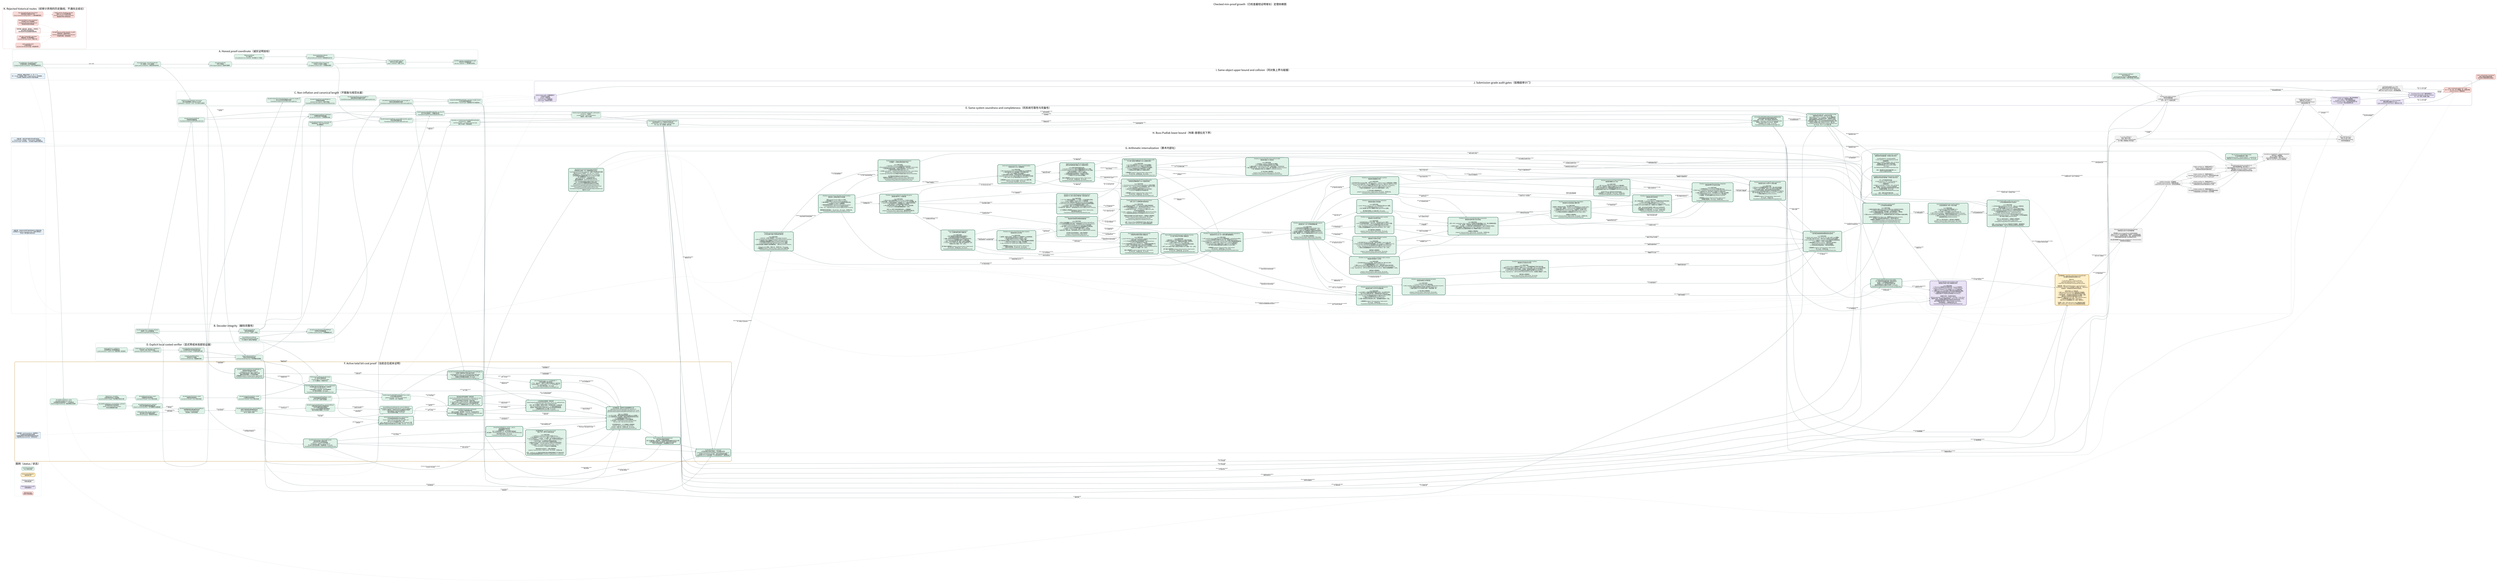
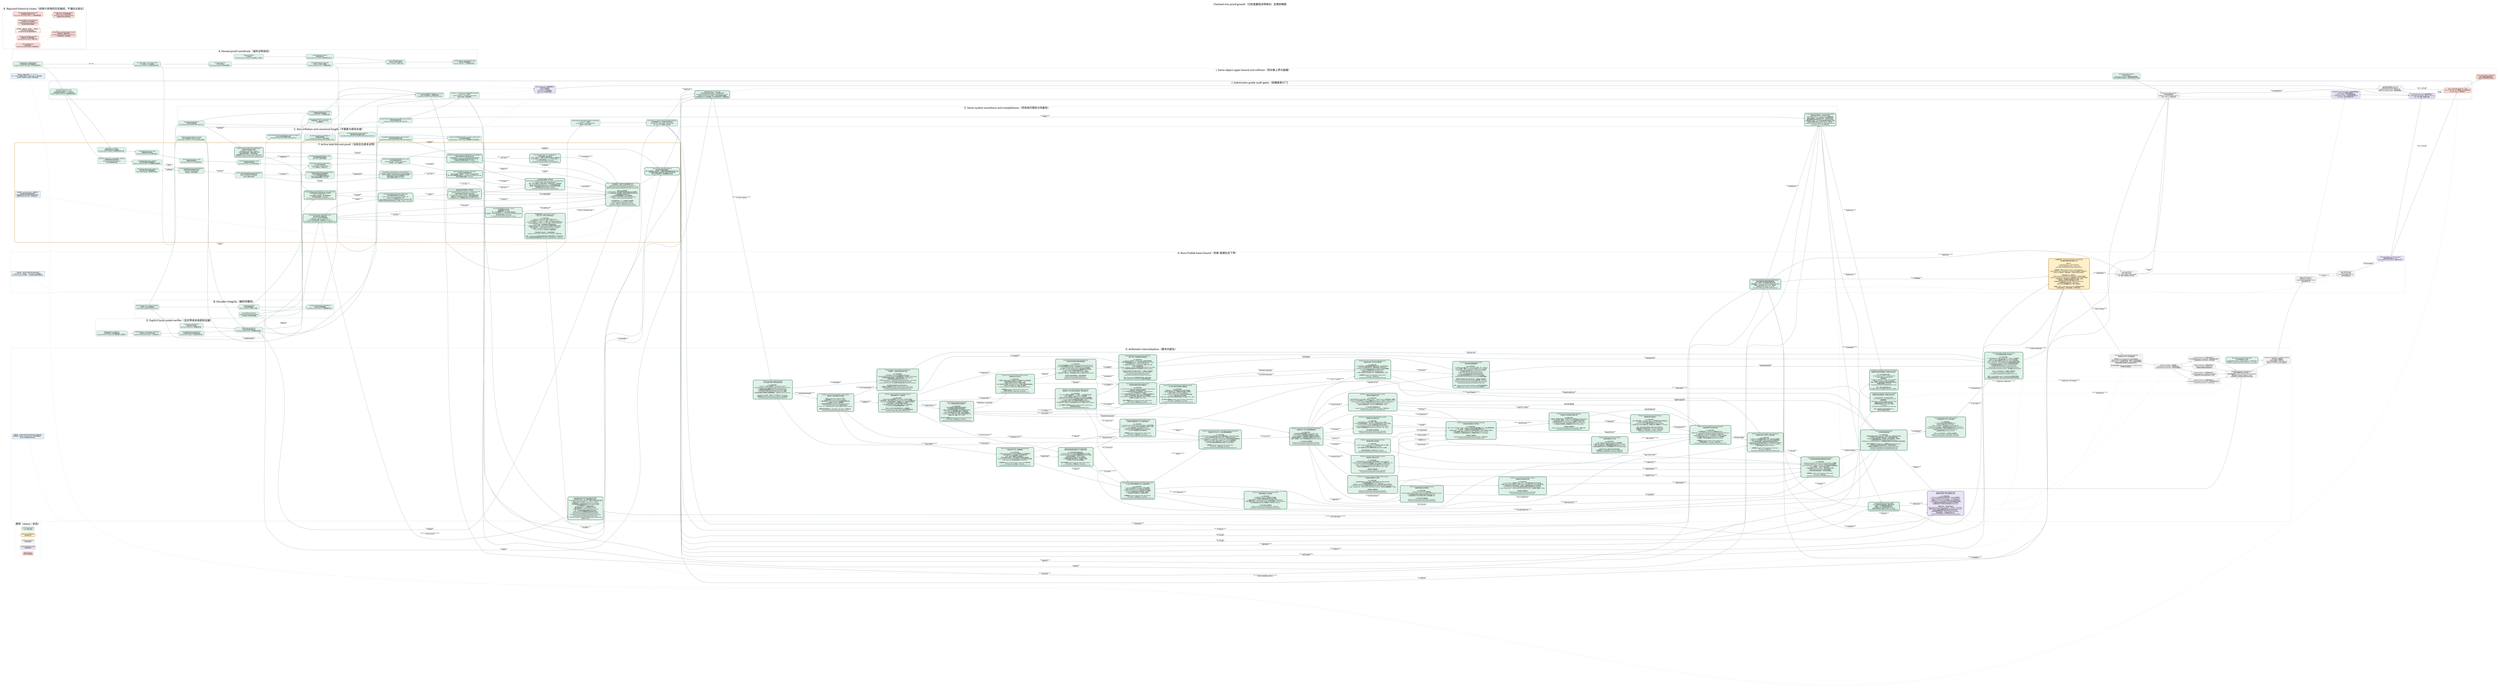
digraph CheckedMinProofDependencies {
  graph [
    rankdir=LR,
    bgcolor="white",
    compound=true,
    newrank=true,
    pad="0.35",
    nodesep="0.30",
    ranksep="0.62",
    fontname="Noto Sans CJK SC",
    fontsize=24,
    label="Checked min-proof growth（已检查最短证明增长）定理依赖图",
    labelloc="t",
    labeljust="c"
  ];
  node [
    shape=box,
    style="rounded,filled",
    fontname="Noto Sans CJK SC",
    fontsize=10.5,
    color="#526d75",
    fillcolor="#eef3f4",
    margin="0.14,0.09",
    penwidth=1.2
  ];
  edge [
    fontname="Noto Sans CJK SC",
    fontsize=8.5,
    color="#65777d",
    arrowsize=0.68,
    penwidth=1.05
  ];

  subgraph cluster_legend {
    label="图例（status / 状态）";
    color="#c8d1d4";
    style="rounded";
    done [label="Lean kernel checked\nLean 内核已检查", fillcolor="#dff2e8", color="#3f7c66"];
    active [label="Active proof obligation\n当前证明义务", fillcolor="#fff0c9", color="#b37a12", penwidth=2.2];
    pending [label="Pending root theorem\n待闭合根定理", fillcolor="#f3f3f3", color="#777777", style="rounded,filled,dashed"];
    audit [label="Axiom/dependency audit\n公理/依赖审计", fillcolor="#e9e3f5", color="#76639a"];
    rejected [label="Rejected route\n经审计弃用的路线", fillcolor="#f8d9d6", color="#a8443d", style="rounded,filled,dashed"];
  }

  subgraph cluster_coordinate {
    label="A. Honest proof coordinate（诚实证明坐标）";
    color="#8fb7aa";
    style="rounded";

    natcode [label="binaryNatCode / decodeBinaryNat\n自然数前缀码 / 自然数前缀解码\nescaped-bit prefix serialization（转义位前缀序列化）", fillcolor="#dff2e8"];
    syntaxcode [label="binaryTermCode + binaryFormulaCode\n项二进制码 + 公式二进制码\ntyped syntax serialization（类型化语法序列化）", fillcolor="#dff2e8"];
    sequentcode [label="binarySequentCode\n序列二进制码\nfinite sequent payload（有限序列载荷）", fillcolor="#dff2e8"];
    prooftree [label="CheckedPAProofTree.binaryCode\n已检查 PA 证明树二进制码\n10 sequent-calculus rules（十条相继式规则）", fillcolor="#dff2e8"];
    axiomcert [label="PAAxiomCertificate\nPA 公理证书\n23 constructors incl. induction（含归纳的 23 个构造）", fillcolor="#dff2e8"];
    structcert [label="StructuralValidityCertificate\n结构有效性证书\nall local witnesses counted（全部局部见证计长）", fillcolor="#dff2e8"];
    certifiedcode [label="binaryCertifiedPAProofCode\n带证书 PA 证明二进制码\nproof + certificate（证明 + 证书）", fillcolor="#dff2e8"];
    packedcode [label="packBinaryString / packedPayloadLength\n位串打包 / 有效载荷长度\nNat.size = payload + 1（自然数位长等式）", fillcolor="#dff2e8"];

    natcode -> syntaxcode [label="labels / 标签"];
    syntaxcode -> sequentcode;
    sequentcode -> prooftree;
    axiomcert -> structcert;
    prooftree -> certifiedcode;
    structcert -> certifiedcode;
    certifiedcode -> packedcode;
  }

  subgraph cluster_decoder {
    label="B. Decoder integrity（解码完整性）";
    color="#8fb7aa";
    style="rounded";

    typeddecoder [label="decodeCompactTerm / Formula / Sequent\n紧凑项 / 公式 / 序列解码器\nFoundationCompactPAProofVerifier.lean", fillcolor="#dff2e8"];
    proofdecoder [label="decodeCompactProof\n紧凑证明树解码器\nall 10 constructors（全部十个构造）", fillcolor="#dff2e8"];
    certdecoder [label="decodePAAxiomCertificate\ndecodeStructuralValidityCertificate\nPA 公理证书 / 结构证书解码器", fillcolor="#dff2e8"];
    packeddecoder [label="decodeCompactPackedCertifiedPAProof\n打包带证书证明解码器\nno hidden auxiliary witness（无隐藏辅助见证）", fillcolor="#dff2e8"];

    typeddecoder -> proofdecoder;
    certdecoder -> packeddecoder;
    proofdecoder -> packeddecoder;
  }

  subgraph cluster_size {
    label="C. Non-inflation and canonical length（不膨胀与规范长度）";
    color="#8fb7aa";
    style="rounded";

    structural [label="decodeCompactProof_parseWeight_le\n证明解码结构量界\nstructural non-inflation（结构不膨胀）\nFoundationCompactProofDecoderStructuralBound.lean", fillcolor="#dff2e8"];
    syntaxcanonical [label="decodeCompactTerm/Formula/Sequent_canonical_length_le\n项/公式/序列规范重编码长度界\nFoundationCompactCanonicalDecodeLength.lean", fillcolor="#dff2e8"];
    proofcanonical [label="decodeCompactProof_binaryLength_le\n完整证明树规范重编码长度界\nFoundationCompactProofCanonicalDecodeLengthComplete.lean", fillcolor="#dff2e8"];
    certcanonical [label="decodeStructuralValidityCertificate_binaryLength_le\n结构证书规范重编码长度界\nFoundationCompactCertificateCanonicalDecodeLength.lean", fillcolor="#dff2e8"];
    totalcanonical [label="compactCertifiedPAProofVerifier_canonical_length_bound\n公开验证器规范载荷总界\naccepted output <= honest input（接受输出不长于诚实输入）", fillcolor="#dff2e8"];
    transformsize [label="shift/free/neg/substitution size bounds\n移位/自由变量嵌入/否定/代入大小界\nsubstitution <= formula × term（代入至多公式乘项）", fillcolor="#dff2e8"];

    typeddecoder -> syntaxcanonical;
    proofdecoder -> structural;
    syntaxcanonical -> proofcanonical;
    certdecoder -> certcanonical;
    proofcanonical -> totalcanonical;
    certcanonical -> totalcanonical;
    syntaxcode -> transformsize;
  }

  subgraph cluster_explicit_local {
    label="D. Explicit local costed verifier（显式带成本局部验证器）";
    color="#8fb7aa";
    style="rounded";

    biteq [label="bitStringEqTrace / natEqTrace\n位串相等轨迹 / 自然数相等轨迹\nresult correctness + explicit cost（结果正确 + 显式成本）", fillcolor="#dff2e8"];
    bitset [label="bitStringMemTrace / SubsetTrace / SetEqTrace\n位串成员 / 包含 / 集合等价轨迹\nquadratic-style explicit bounds（二次型显式界）", fillcolor="#dff2e8"];
    formulalist [label="formulaEq/Mem/Subset/SetEqTrace\n公式相等/成员/包含/集合等价轨迹\ncode emission charged（公式码生成已计费）", fillcolor="#dff2e8"];
    listedtree [label="ListedCheckedPAProofTree\n列表序列 PA 证明树\npreserves decoded lists（保留解码列表）", fillcolor="#dff2e8"];
    listedcert [label="listedCertificateValidTrace\n列表证书有效性成本轨迹\nno Finset decide black box（无有限集判定黑箱）", fillcolor="#dff2e8"];

    biteq -> bitset;
    bitset -> formulalist;
    listedtree -> listedcert;
    formulalist -> listedcert;
    transformsize -> listedcert [label="local transforms\n局部变换"];
  }

  subgraph cluster_same_system {
    label="E. Same-system soundness and completeness（同系统可靠性与完备性）";
    color="#8fb7aa";
    style="rounded";

    listdecoder [label="decodeCompactListedProof\n列表保持证明解码器\nFoundationCompactListedProofDecoder.lean", fillcolor="#dff2e8"];
    projection [label="decodeCompactListedProof_toChecked\n列表解码投影到原检查器\n10-rule fuel induction（十规则燃料归纳）", fillcolor="#dff2e8"];
    localiff [label="listedCertificateValidTrace_toChecked_iff\n新局部轨迹 <-> 原 certificateValid\n语义精确等价", fillcolor="#dff2e8"];
    publiciff [label="listedCompactCertifiedPAProofVerifier_eq_true_iff\n新公开验证器接受 <-> 精确检查关系\nFoundationCompactListedCertifiedVerifier.lean", fillcolor="#dff2e8"];
    soundness [label="listedCompactCertifiedPAProofVerifier_toDerivation\nsoundness（可靠性）\naccepted code -> real PA Derivation2\n接受码 -> 真实 PA 推导", fillcolor="#dff2e8"];
    listencoder [label="decodeCompactListedProof_canonicalBinaryCode_append\n列表证明规范编码往返\nFoundationCompactListedProofEncoder.lean", fillcolor="#dff2e8"];
    completeness [label="derivation_to_listedCompactCertifiedPAProofVerifier\ncompleteness（完备性）\nreal PA derivation -> accepted canonical code\n真实 PA 推导 -> 规范接受码", fillcolor="#dff2e8"];
    predicate [label="Concrete P(x,y) / ListedCompactCertifiedPAProofChecks\n具体证明谓词 P(x,y) / 列表带证书检查关系\nsame formula + same checker + honest length\n同一公式 + 同一检查器 + 诚实长度", fillcolor="#dff2e8", penwidth=2.0];
    minmeasure [
      label="minListedCertifiedPAProofPayloadLength(formula)\n具体检查器诱导的最短完整载荷长度\n真实 PA 推导 -> 最小值由某个接受码实现\n任意接受码 -> minimum <= packedPayloadLength(code)\n接受码 -> 同公式真实 Derivation2（推导树）\n无项目级 proof_length；无 sorryAx\nFoundationCompactListedMinProofLength.lean",
      fillcolor="#dff2e8", color="#2f6f57", penwidth=2.8
    ];
    canonicalnormalize [
      label="P_canon(code, formulaCode) + canonical Bool verifier\n纯数值规范证明关系 + 规范布尔验证器\nBool verifier = true <-> P_canon，由 Lean 精确证明\n任意公开接受码 -> 同公式码规范码，完整载荷不增长\n最短完整载荷必由真实规范 proof + certificate 码实现\n全体码有限一致性 <-> 同 cutoff 的纯数值规范码有限一致性\n非规范/冗余编码不能人为压低 minimum（最小值）\nFoundationCompactListedCanonicalNormalization.lean\n无 sorryAx；仅三个 Lean 标准公理",
      fillcolor="#dff2e8", color="#2f6f57", penwidth=2.8
    ];

    typeddecoder -> listdecoder;
    listdecoder -> projection;
    proofdecoder -> projection;
    listedcert -> localiff;
    projection -> publiciff;
    localiff -> publiciff;
    packeddecoder -> publiciff;
    publiciff -> soundness;
    prooftree -> listencoder;
    listdecoder -> listencoder;
    listencoder -> completeness;
    listedcert -> completeness;
    soundness -> predicate;
    completeness -> predicate;
    predicate -> minmeasure [label="minimum over accepted codes\n对接受码取最小值"];
    completeness -> minmeasure [label="nonempty accepted set\n接受集合非空"];
    publiciff -> canonicalnormalize [label="decode every accepted code\n解码任意接受码"];
    listencoder -> canonicalnormalize [label="canonical re-encoding\n规范重编码"];
    totalcanonical -> canonicalnormalize [label="no payload growth\n载荷不增长"];
    minmeasure -> canonicalnormalize [label="minimum realized canonically\n最小值由规范码实现"];
  }

  subgraph cluster_cost_active {
    label="F. Active total bit-cost proof（当前总位成本证明）";
    color="#c18a27";
    style="rounded,bold";

    nattrace [label="decodeBinaryNatTrace_result\ndecodeBinaryNatTrace_cost_le\n自然数解码轨迹结果等价 + 二次位成本界\nNat.bit charged by Nat.size（按自然数位长收费）", fillcolor="#dff2e8", color="#3f7c66"];
    tracebind [label="OptionTrace + traceBind\n可选结果成本轨迹 + 轨迹绑定\nevery bind/failure charged（每次绑定/失败均计费）", fillcolor="#dff2e8", color="#3f7c66"];
    vectortrace [label="decodeManyVectorTrace_result\n向量解码轨迹结果等价\nLean kernel checked（Lean 内核已检查）", fillcolor="#dff2e8", color="#3f7c66"];
    termtrace [label="decodeCompactTermTrace_result\n项解码轨迹结果等价\nLean kernel checked（Lean 内核已检查）", fillcolor="#dff2e8", color="#3f7c66"];
    formulatrace [label="decodeCompactFormulaTrace_result\n公式解码轨迹结果等价\nLean kernel checked（Lean 内核已检查）", fillcolor="#dff2e8", color="#3f7c66"];
    prooftrace [label="decodeCompactListedProofTrace_result\n列表证明解码轨迹结果等价\nall 10 rules（全部十条规则）", fillcolor="#dff2e8", color="#3f7c66"];
    certtrace [label="PA/structural certificate decoder traces\nPA / 结构证书解码轨迹\n23 axiom tags + 4 recursive nodes\n23 个公理标签 + 4 种递归节点", fillcolor="#dff2e8", color="#3f7c66"];
    publictrace [label="listedCompactCertifiedPAProofVerifierTrace_result\n公开验证器轨迹结果等价\npacked envelope + formula + local checks\n打包外壳 + 公式 + 局部检查", fillcolor="#dff2e8", color="#3f7c66"];
    natpotential [label="decodeBinaryNatTrace_success/failure_potential\n自然数解码成功/失败势能界\nquartic consumed-prefix invariant\n四次已消费前缀不变量", fillcolor="#dff2e8", color="#3f7c66"];
    vectorpotential [label="decodeManyVectorTrace_potential\n任意长度向量解码摊还势能定理\ndisjoint consumed prefixes（互不重叠的已消费前缀）", fillcolor="#dff2e8", color="#3f7c66"];
    symbolcharge [label="arithmeticFunc/Rel_decode_charge_le\n算术函数/关系符号解码收费界\nfinite ORing language（有限有序环语言）", fillcolor="#dff2e8", color="#3f7c66"];
    termpotential [label="decodeCompactTermTrace_parserCostBound\n紧凑项解码器全路径摊还成本界\nsuccess + every failure path\n成功路径 + 全部失败路径", fillcolor="#dff2e8", color="#3f7c66"];
    formulapotential [label="decodeCompactFormulaTrace_parserCostBound\n紧凑公式解码器全路径摊还成本界\natoms / connectives / quantifiers\n原子式 / 联结词 / 量词", fillcolor="#dff2e8", color="#3f7c66"];
    proofpotential [
      label="decodeCompactListedProofTrace_parserCostBound\n列表证明树全路径四次势能成本界\n十条 PA 相继式规则全部通过\nand/cut 二叉子证明势能已望远镜相消\n成功/失败路径全覆盖；无 sorryAx",
      fillcolor="#dff2e8", color="#3f7c66"
    ];
    certpotential [
      label="decodePAAxiomCertificateTrace_parserCostBound\ndecodeStructuralValidityCertificateTrace_parserCostBound\n23 种 PA 公理标签 + 4 种递归证书节点全路径四次势能界\n归纳公理体和二元证书树已摊还闭合\n成功/失败路径全覆盖；无 sorryAx",
      fillcolor="#dff2e8", color="#3f7c66", penwidth=2.2
    ];
    packedcost [
      label="packed proof/formula decoder cost bounds\n打包证明/公式解码器成本界\n证明+证书串联、末位哨兵、dropLast、空后缀全部闭合\n两个公开打包解码器均不超过 2 × decoderPotential(Nat.size code)\n成功/失败路径全覆盖；无 sorryAx",
      fillcolor="#dff2e8", color="#2f6f57", penwidth=2.8
    ];
    transformcode [
      label="transformation binary-code length bounds\n语法变换完整二进制码长界\nshift/free/neg 均至多线性膨胀\nsubstitution：|phi[t]| <= 3(F+1)(W+1)F\n含 qpow 量词深度预算；无隐藏参数；无 sorryAx\nFoundationCompactSyntaxTransformationCodeBounds.lean",
      fillcolor="#dff2e8", color="#2f6f57", penwidth=2.8
    ];
    negtrace [
      label="binaryFormulaNegTrace_result / _cost_le\n否定变换真实递归轨迹\n结果精确等于 ∼formula\n每个公式构造收费一步；原子项向量不重复遍历\n执行成本 <= formulaSymbolCount <= |binaryFormulaCode(formula)|\n单文件探针已通过；无 sorryAx\nFoundationCompactSyntaxNegationTrace.lean",
      fillcolor="#dff2e8", color="#2f6f57", penwidth=2.8
    ];
    axmjoint [
      label="axm comparator input <= 2 * jointWeight + 1\n公理比较器输入联合坐标界\n上下文、候选句子、完整 PA 公理证书均落在同一诚实位权\ncertificateBits + sentenceBits + 1 <= 2 * jointWeight + 1\n四个坐标引理已通过；无 sorryAx\nFoundationCompactListedAxiomJointWeight.lean",
      fillcolor="#dff2e8", color="#2f6f57", penwidth=2.8
    ];
    honestproof [
      label="decodeCompactListedProof_honestWeight_le\n列表保持证明树诚实位权界\nweight(tree) + 8|suffix| <= 8|input|\n十条 PA 规则全部闭合；重复公式逐个计费\n覆盖任意成功解码，不只是规范编码\n公理画像仅 propext / Classical.choice / Quot.sound\nFoundationCompactListedProofHonestWeight.lean",
      fillcolor="#dff2e8", color="#2f6f57", penwidth=2.8
    ];
    honestcert [
      label="decodeCompactPackedListedCertifiedPAProof_honestWeight_le\n证明树+完整结构证书联合诚实位权界\njointWeight(tree,cert) <= 8 * packedPayloadLength(code)\nPA 公理证书 23 标签及递归证书全部由实际输入位计费\n无辅助见证和隐藏长度参数；无 sorryAx\nFoundationCompactListedCertifiedHonestWeight.lean",
      fillcolor="#dff2e8", color="#2f6f57", penwidth=2.8
    ];
    localprimitives [
      label="formulaEq/Mem/Subset/SetEqTrace_cost_le_polynomial\n公式相等/成员/包含/集合等价统一位成本界\nP(w) = 4 + 2(w+3)^2 + w\nw 是全部输入公式码位权，包含列表重复项\n四个端点全部通过；无 sorryAx\nFoundationCompactListedLocalCostPrimitives.lean",
      fillcolor="#dff2e8", color="#2f6f57", penwidth=2.8
    ];
    localbranches9 [
      label="10/10 listedCertificateValidTrace cost branches\n十条证明规则局部成本分支全部闭合\nclosed / verum / and / or / all / exs / wk / shift / cut：\n由 P(G(w)) 及生成语法界统一计费\naxm：由 A(w)=K*(2w+1)^12 的真实 guarded comparator 计费\n最终每节点固定多项式包络已由 Lean 检查；无 haxm、无 sorryAx",
      fillcolor="#dff2e8", color="#2f6f57", penwidth=2.8
    ];
    localinduction [
      label="联合坐标内部归纳骨架 + 具体实例\nlistedCertificateValidTrace_jointCost_le_polynomial_of_axm\nguardedListedCertificateValidTrace_jointCost_le\n十规则证明树/证书同步统一归纳已通过\nb = proofWeight + certificateWeight（证明+证书联合位权）\n抽象 haxm 已由真实 guarded axm 成本定理具体消除\n公开实例无 haxm；公理画像仅标准 Lean 公理；无 sorryAx",
      fillcolor="#dff2e8", color="#2f6f57", penwidth=2.8
    ];
    publicskeleton [
      label="公开总成本内部骨架 + 具体实例\nlistedCompactCertifiedPAProofVerifierTrace_cost_le_of_certificateTrace\ns = Nat.size(code) + Nat.size(formulaCode)\n合并：两个打包解码、局部证书检查、结论集合比较、公式码比较\nQ(s)=4*decoderPotential(s)+L(s)+1，L(s) 是显式固定多项式\n原先唯一内部证书成本义务现已由 guarded 联合成本定理消除\n公理画像仅标准 Lean 公理；无 sorryAx\nFoundationCompactListedPublicCostSkeleton.lean",
      fillcolor="#dff2e8", color="#2f6f57", penwidth=2.8
    ];
    publiccost [
      label="【主终端完成：具体带守卫检查器最终汇合】\nguardedListedCertificateValidTrace_jointCost_le\nguardedListedCompactCertifiedPAProofVerifierTrace_result\nguardedListedCompactCertifiedPAProofVerifierTrace_cost_le\n\n已由 Lean 内核检查：\n1. axm 的 23 标签、接受/拒绝路径和候选长度 guard 全部统一；\n2. axm 局部成本进入与证明树、结构证书相同的诚实联合位权；\n3. 十规则整树成本不再带 haxm；\n4. 公开轨迹结果精确等于公开验证器结果；\n5. 总位成本 <= listedPublicVerifierCostPolynomial(\n   Nat.size code + Nat.size formulaCode)。\n\n定向构建退出码 0；五个关键端点公理画像仅\npropext / Classical.choice / Quot.sound。\n无 haxm、无输入包、无项目公设、无 sorryAx。\nFoundationCompactListedGuardedAxiomCost.lean",
      fillcolor="#dff2e8", color="#2f6f57", penwidth=2.8
    ];
    amortized [label="Success/failure total potential bound\n成功/失败全路径总势能界\n两个打包解码器、语法变换、十规则局部检查和最终比较均已计费\n公开轨迹的所有输入对均满足同一固定多项式位成本界\n不是只分析接受路径；无隐藏辅助见证长度", fillcolor="#dff2e8", color="#2f6f57", style="rounded,filled", penwidth=2.8];
    costnote [shape=note, label="关键注释：result equivalence（结果等价）\n只证明轨迹没有改掉验证结果；\n必须再证明成功/失败全路径的固定多项式界，\n才能声称 polynomial time（多项式时间）。", fillcolor="#e8f1f8", color="#4e7892"];
    transformtrace [label="【共享终端完成：guarded axiom trace】\n移位 / 代入 / 带守卫公理比较轨迹\n\nLean 内核已检查：\n1. shift/free/substitution/list/fixitr 的真实 QTrace；\n2. fixitr 输出码长 <= 4*(L+1)^2；成本 <= 128*(m+L+1)^2*L；\n3. succInd 四次代入、三次否定、三个析取、两个全称量词全部真实执行；\n4. succInd 输出码长 <= 10^7*(L+1)^4；成本 <= 10^11*(L+1)^12；\n5. guard 完备：合法相等候选不会被提前拒绝；\n6. 接受分支 fixitr/allClosure/formulaEq 与拒绝分支总成本均闭合；\n7. 全部 23 标签统一：true iff certificate.sentence = candidate；\n8. 总成本 <= K*(certificateBits+sentenceBits+1)^12，\n   K=10^30+(3B+4)，B 为显式 26 句固定预算。\n\n两条验收命令退出码 0；关键公理画像仅\npropext / Classical.choice / Quot.sound；无 sorryAx、无项目公设。\n\n边界：certificate-only 直接生成完整归纳句在稀疏变量编号下不可能多项式；\n本节点完成的是保持接受关系的 candidate-length guarded comparator。", fillcolor="#dff2e8", color="#2f6f57", style="rounded,filled", penwidth=2.8];
    polytime [label="VerifierBitCost(x,y) <= p(|x|+|y|)\n公开验证器总位成本不超过一个显式固定多项式\nguardedListedCompactCertifiedPAProofVerifierTrace_cost_le\n对全部 code/formulaCode 成立，成功与失败路径均覆盖\n这里是项目 QTrace 位成本模型；PA 内短证明仍由下一簇单独完成", fillcolor="#dff2e8", color="#2f6f57", style="rounded,filled", penwidth=2.8];

    natcode -> nattrace;
    nattrace -> tracebind;
    tracebind -> vectortrace;
    vectortrace -> termtrace;
    termtrace -> formulatrace;
    formulatrace -> prooftrace;
    certdecoder -> certtrace;
    formulatrace -> certtrace;
    prooftrace -> publictrace;
    certtrace -> publictrace;
    publictrace -> amortized [label="exact behavior first\n先固定精确行为"];
    nattrace -> natpotential;
    natpotential -> vectorpotential;
    vectorpotential -> termpotential [label="argument vectors\n参数向量"];
    symbolcharge -> termpotential [label="finite symbol decoding\n有限符号解码"];
    termpotential -> formulapotential [label="terms inside atoms\n原子式中的项"];
    formulapotential -> proofpotential [label="formulas inside sequents\n序列中的公式"];
    proofpotential -> certpotential [label="proof/certificate alignment\n证明树/证书树对齐"];
    formulapotential -> certpotential [label="induction body\n归纳公理体"];
    certpotential -> packedcost [label="proof + certificate stream\n证明 + 证书串"];
    publictrace -> packedcost [label="same executable result\n同一可执行结果"];
    packedcost -> publiccost [label="decoded objects\n已解码对象"];
    transformsize -> transformcode [label="from symbol count to full bits\n从符号数提升到完整位长"];
    transformcode -> negtrace [label="input bit-length control\n输入位长控制"];
    negtrace -> publiccost [label="closed/cut negation charge\n闭合/切规则否定计费"];
    transformcode -> publiccost [label="generated-code bounds\n生成公式码长界"];
    listdecoder -> honestproof [label="all successful parses\n全部成功解码"];
    honestproof -> honestcert [label="proof-tree charge\n证明树计费"];
    certcanonical -> honestcert [label="full certificate bits\n完整证书位"];
    honestcert -> publiccost [label="joint decoded-data bound\n联合解码数据界"];
    honestcert -> axmjoint [label="proof + certificate coordinate\n证明 + 证书坐标"];
    axmjoint -> publiccost [label="guarded comparator input bound\n带守卫比较器输入界"];
    listedcert -> localprimitives [label="exact trace costs\n精确轨迹成本"];
    honestproof -> localprimitives [label="duplicate-preserving weights\n保留重复项位权"];
    localprimitives -> publiccost [label="uniform quadratic bound\n统一二次界"];
    localprimitives -> localbranches9 [label="per-rule instantiation\n逐规则实例化"];
    transformcode -> localbranches9 [label="generated syntax bounds\n生成语法界"];
    localbranches9 -> publiccost [label="nine checked branches\n九条已检查分支"];
    localbranches9 -> localinduction [label="structural aggregation\n结构汇总"];
    localinduction -> publiccost [label="haxm concretely discharged\nhaxm 已由具体定理消除"];
    localinduction -> publicskeleton [label="local certificate polynomial\n局部证书多项式"];
    packedcost -> publicskeleton [label="two packed decoder bounds\n两个打包解码界"];
    honestcert -> publicskeleton [label="decoded joint weight\n解码联合位权"];
    publicskeleton -> publiccost [label="concrete discharge checked\n具体消义务已检查"];
    listedcert -> publiccost [label="explicit local checks\n显式局部检查"];
    publiccost -> amortized;
    totalcanonical -> amortized [label="consumed-length control\n消费长度控制"];
    costnote -> amortized [style=dotted, arrowhead=none, constraint=false];
    transformcode -> transformtrace;
    transformtrace -> publiccost [label="guarded axm + shift/free/substitution costs\n带守卫公理 + 移位/自由化/代入成本"];
    amortized -> polytime;
    transformtrace -> polytime;
    totalcanonical -> polytime [label="input/output length control\n输入输出长度控制"];
    listedcert -> polytime [label="local cost bounds\n局部成本界"];
    predicate -> polytime [label="exact executable relation\n精确可执行关系"];
  }

  subgraph cluster_internalization {
    label="G. Arithmetic internalization（算术内部化）";
    color="#9a9a9a";
    style="rounded,dashed";

    listedconmeta [label="ListedCertifiedFiniteConsistencyAt(k)\n同一列表保持验证器的有限一致性元层语义\n无长度 <= k 的完整载荷码被接受为 ⊥\n普通及 2^(A*n) 放大版本无条件为真\n接受反向恢复同公式真实 PA 推导；无 sorryAx\nFoundationCompactListedFiniteConsistencyTarget.lean", fillcolor="#dff2e8", color="#2f6f57", penwidth=2.8];
    arithinput [label="Primitive-recursive packed input layer\n公开验证器打包输入的原始递归算术层\n\nLean 内核已检查：\n1. Nat.bits（小端二进制展开）为 primitive recursive；\n2. getLast?/dropLast 与 sentinel payload peel 均为 primitive recursive；\n3. 剥离成功 iff 输入精确等于 packBinaryString(payload)；\n4. 新剥离器结果精确等于现有 packedPayloadTrace 结果；\n5. decodeBinaryNat 已由 right-fold state machine 重建；\n6. 新状态机逐输入精确等于原前缀解码器，二者均为 primitive recursive。\n\n无 typed syntax 假设、无输入包、无项目公设、无 sorryAx；\n公理画像仅 propext / Classical.choice / Quot.sound 或其子集。\nFoundationCompactListedVerifierArithmeticInput.lean", fillcolor="#dff2e8", color="#2f6f57", penwidth=2.8];
    tokenstream [label="Primitive-recursive binary-Nat token stream machine\n原始递归二进制自然数记号流机器\n\n具体 bounded iterator 已由 Lean 检查：\n1. 状态明确区分 running / failed / accepted；\n2. 每步调用同一个 decodeBinaryNat 并保留真实剩余位串；\n3. 总步数由 inputBits+1 明确限制；\n4. 最终结果逐位串等于 repeated-prefix reference parser；\n5. binaryNatCode token stream 的规范往返成立；\n6. step、run、output 和 reference parser 全部 primitive recursive。\n\n覆盖畸形和非规范输入；无 rawCode、无 sorryAx、无项目公设。\nFoundationCompactBinaryNatStreamMachine.lean", fillcolor="#dff2e8", color="#2f6f57", penwidth=2.8];
    bitsync [label="Exact noncanonical bit/token stream synchronization\n非规范位流与 token 流精确同步\n\nLean 内核已检查：\n1. 定义 repeated decodeBinaryNat 的精确 token/位后缀关系；\n2. 关系可按任意 token 前后缀唯一切分并重新合成；\n3. 同一 token 前缀留下的位后缀唯一；\n4. 规范位编码只是特例，不把非规范高位零误判为规范码；\n5. bounded stream decoder 成功 iff 全部 token 恰好消费至空位后缀；\n6. 每个 token-list split 都对应真实 bit boundary。\n\n公理画像仅 propext / Classical.choice / Quot.sound 或其子集；\n无 canonical-input 假设、无 sorryAx。\nFoundationCompactBinaryNatStreamSynchronization.lean", fillcolor="#dff2e8", color="#2f6f57", penwidth=2.8];
    syntaxparser [label="Primitive-recursive arithmetic term/formula parser\n原始递归算术项 / 公式解析器\n\nLean 内核已检查：\n1. 纯 Nat token 状态机覆盖 bvar/fvar/func 与全部公式构造；\n2. 有序环函数、关系符号码与 typed decoder 的 decode₂ 条件精确一致；\n3. repeat frame 逐项处理参数，不按稀疏 arity 一次展开巨型任务表；\n4. 每个真实项 / 公式都有精确执行步数定理；\n5. 执行步数不超过真实 token 长度，固定二次 fuel 必然足够；\n6. 公开 parser 对规范编码精确返回同一 suffix。\n\n定向 Lean 探针与目标构建退出码 0；公理画像仅\npropext / Classical.choice / Quot.sound；静态禁用项扫描为空。\nFoundationCompactSyntaxTokenMachine.lean", fillcolor="#dff2e8", color="#2f6f57", penwidth=2.8];
    syntaxinversion [label="Exact arbitrary-input syntax inversion\n项 / 公式解析器任意输入精确反演\n\nLean 内核已检查：\n1. 每个纯数值任务栈都有类型化前缀语义；\n2. 每次数值状态转换反向保持该语义；\n3. 函数 / 关系符号有效码恢复同 arity 的真实有序环符号；\n4. repeat frame 恢复精确长度的 Fin 参数向量；\n5. 成功、失败及畸形输入统一由同一后向不变量覆盖；\n6. numeric parser 返回 suffix iff 输入等于某真实项 / 公式\n   的规范 token 前缀 ++ 同一 suffix。\n\n两个端点公理画像仅 propext / Classical.choice / Quot.sound；\n无 rawCode、无项目公设、无 sorryAx。\nFoundationCompactSyntaxTokenMachineInversion.lean", fillcolor="#dff2e8", color="#2f6f57", penwidth=2.8];
    syntaxbitsync [label="Typed syntax decoder iff exact token prefix\n类型化语法解码器与精确 token 前缀双向等价\n\nLean 内核已检查任意成功位串：\n1. decodeCompactTerm 成功 iff 精确消费该项 token 前缀；\n2. decodeCompactFormula 成功 iff 精确消费该公式 token 前缀；\n3. 两方向均保留同一个真实 bit suffix；\n4. 函数/关系符号代码由 decode₂ 精确恢复；\n5. 任意有限参数向量逐项同步，不隐藏 arity 展开；\n6. 非规范 binaryNat 表示完全覆盖。\n\n端点公理画像仅 propext / Classical.choice / Quot.sound；\n无 rawCode、无项目公设、无 sorryAx。\nFoundationCompactSyntaxBitTokenSynchronization.lean", fillcolor="#dff2e8", color="#2f6f57", penwidth=2.8];
    closedformula [label="Primitive-recursive closed-formula token machine\n原始递归闭公式记号机\n\nLean 内核已检查：\n1. 复用同一紧凑公式语法，但所有 term 位置遇到 fvar 标签即拒绝；\n2. 每次成功恢复真实类型化公式及同一 suffix；\n3. 恢复公式的 freeVariables 严格等于空集；\n4. 每个真实闭公式及每个 ArithmeticSentence 的嵌入规范编码必被接受；\n5. 成功 iff 闭公式规范 token 前缀，双向精确；\n6. step / bounded run / public parser 全部 primitive recursive。\n\n公理画像仅 propext / Classical.choice / Quot.sound；\n无额外闭性参数、无 rawCode、无 sorryAx。\nFoundationCompactClosedFormulaTokenMachine.lean", fillcolor="#dff2e8", color="#2f6f57", penwidth=2.8];
    proofparser [label="Primitive-recursive listed-proof structural parser\n原始递归列表保持证明树结构解析器\n\nLean 内核已检查：\n1. 纯 Nat 任务栈覆盖 closed/axm/verum/and/or/all/exs/wk/shift/cut；\n2. axm 标签现调用独立闭公式机，不再把普通 proposition 当 sentence；\n3. sequent cardinality 由 repeat-formula frame 逐项消费；\n4. 每个真实 ListedCheckedPAProofTree 都有精确执行步数定理；\n5. and/cut 左右子证明按编码顺序消费同一 suffix；\n6. 总步数 <= 2*tokenLength，固定二次 fuel 必然足够；\n7. 十标签分派、闭句分支、总状态机和公开 parser 全部 primitive recursive。\n\n定向探针及目标构建通过；关键公理画像仅\npropext / Classical.choice / Quot.sound。\nFoundationCompactProofTokenMachine.lean", fillcolor="#dff2e8", color="#2f6f57", penwidth=2.8];
    proofinversion [label="Exact arbitrary-input listed-proof inversion\n列表保持证明树任意输入精确反演\n\nLean 内核已检查：\n1. proof / formula / term / repeat-formula / sequent / closed-formula\n   六类任务统一具有类型化前缀语义；\n2. 十个节点标签的每条反向分支均恢复同一 typed proof tree；\n3. and/cut 严格恢复左右子树次序；\n4. axm 分支恢复真实 ArithmeticSentence，不接受含自由变量公式；\n5. 成功、失败及畸形输入由同一后向状态不变量覆盖；\n6. proof token parser 成功 iff 输入为某真实 ListedCheckedPAProofTree\n   的规范 token 前缀 ++ 同一 suffix。\n\n端点公理画像仅 propext / Classical.choice / Quot.sound；\n无 rawCode、无项目公设、无 sorryAx。\nFoundationCompactProofTokenMachineInversion.lean", fillcolor="#dff2e8", color="#2f6f57", penwidth=2.8];
    certparser [label="Primitive-recursive PA/structural certificate parsers\n原始递归 PA 公理 / 结构证书解析器（规范完备方向）\n\nLean 内核已检查：\n1. 23 个 PA 公理标签全部覆盖；0..21 固定，3/4 校验函数/关系码；\n2. tag 22 调用同一 binder-arity-1 公式解析器；\n3. 新 PA 证书 token 编码逐证书等于旧 binary code 的 Nat 前缀流；\n4. leaf/axiomCert/unary/binary 四类结构证书由显式任务栈递归解析；\n5. binary 左右子证书按编码顺序消费同一 suffix；\n6. 线性步数界、固定二次 fuel 和两个规范往返端点均已闭合；\n7. PA 标签分派、结构节点、总状态机和公开 parser 全部 primitive recursive。\n\n七个关键端点公理画像仅 propext / Classical.choice / Quot.sound；\n静态禁用项扫描为空。\nFoundationCompactCertificateTokenMachine.lean", fillcolor="#dff2e8", color="#2f6f57", penwidth=2.8];
    certinversion [label="Exact arbitrary-input PA/structural certificate inversion\nPA 公理 / 结构证书任意输入精确反演\n\nLean 内核已检查：\n1. 固定标签 0..21 逐项恢复对应 PA 公理证书构造器；\n2. 标签 3/4 恢复同 arity、同编码的真实函数 / 关系符号；\n3. 标签 22 恢复 binder-arity-1 归纳公式；\n4. leaf / axiomCert / unary / binary 四类节点全部反向恢复；\n5. binary 严格恢复左右子证书顺序；\n6. 两个 parser 成功 iff 输入为真实证书规范 token 前缀 ++ 同一 suffix。\n\n两个端点公理画像仅 propext / Classical.choice / Quot.sound；\n无 rawCode、无项目公设、无 sorryAx。\nFoundationCompactCertificateTokenMachineInversion.lean", fillcolor="#dff2e8", color="#2f6f57", penwidth=2.8];
    proofbitsync [label="Listed proof typed decoder iff exact token prefix\n列表保持证明解码器与 token 前缀双向等价\n\nLean 内核已检查：\n1. closed/axm/verum/and/or/all/exs/wk/shift/cut 十规则全覆盖；\n2. sequent、term、formula 与左右子证明保留同一真实 bit suffix；\n3. axm 分支恢复同一 ArithmeticSentence；\n4. 成功方向与完备方向均覆盖非规范 binaryNat 表示；\n5. and/cut 严格保留左右子树消费次序。\n\n公理画像仅 propext / Classical.choice / Quot.sound；\n无 rawCode、无项目公设、无 sorryAx。\nFoundationCompactProofBitTokenSynchronization.lean", fillcolor="#dff2e8", color="#2f6f57", penwidth=2.8];
    certbitsync [label="PA/structural certificate typed decoder iff exact token prefix\nPA 公理 / 结构证书解码器与 token 前缀双向等价\n\nLean 内核已检查：\n1. 23 个 PA 公理标签及 induction 公式体全部覆盖；\n2. 函数/关系符号由 decode₂ 恢复同 arity 真实符号；\n3. leaf/axiomCert/unary/binary 四类递归证书全覆盖；\n4. binary 严格保留左右证书顺序及同一位后缀；\n5. 任意成功位串与精确 token 前缀双向等价。\n\n公理画像仅 propext / Classical.choice / Quot.sound；\n无 rawCode、无项目公设、无 sorryAx。\nFoundationCompactCertificateBitTokenSynchronization.lean", fillcolor="#dff2e8", color="#2f6f57", penwidth=2.8];
    packedtokensync [label="Primitive-recursive packed stream + exact typed-decoder equivalence\n原始递归打包 token 流 + 类型化解码器精确等价\n\nLean 内核已检查：\n1. 公开 code 的 sentinel 哨兵位与 payload 剥离使用同一 packedPayloadBits；\n2. payload 逐前缀转为完整 Nat token 流，流函数已证 Primrec；\n3. listed proof tokens ++ structural certificate tokens 按公开解码顺序精确拼接；\n4. 证明码 token 流成功 iff 同一 typed proof + certificate 解码成功；\n5. formulaCode token 流成功 iff 同一 typed formula 解码成功；\n6. 两个等价均保留全载荷消费与非规范 binaryNat 表示。\n\n公理画像仅 propext / Classical.choice / Quot.sound；\n无 rawCode、无项目公设、无 sorryAx。\nFoundationCompactListedPackedBitTokenSynchronization.lean", fillcolor="#dff2e8", color="#2f6f57", penwidth=2.8];
    numericvalues [label="Primitive-recursive term/formula/sequent value parsers\n原始递归项 / 公式 / 序列数值值解析器\n\nLean 内核已检查：\n1. 在结构判断同时保留精确 canonical token slice；\n2. term 与 formula 解析返回已消费值及同一 suffix；\n3. sequent 按首 token 的基数逐公式解析并保持原顺序；\n4. 规范输入精确往返；任意成功输入恢复真实 typed syntax；\n5. 单值、重复值、sequent 总解析器全部 primitive recursive。\n\n九个审计端点公理画像仅\npropext / Classical.choice / Quot.sound；无 sorryAx。\nFoundationCompactNumericSyntaxValueParser.lean", fillcolor="#dff2e8", color="#2f6f57", penwidth=2.8];
    numericchecks [label="Primitive-recursive numeric formula-list checks\n原始递归数值公式列表检查\n\nLean 内核已检查：\n1. canonical formula token 编码单射；\n2. token equality / membership / subset / set equality 全部 primitive recursive；\n3. 四个结果在任意规范公式列表上逐点等于 typed trace；\n4. 重复元素按 Finset 外延语义处理，与原检查器一致。\n\n九个审计端点公理画像仅\npropext / Classical.choice / Quot.sound；无 sorryAx。\nFoundationCompactNumericFormulaListChecks.lean", fillcolor="#dff2e8", color="#2f6f57", penwidth=2.8];
    numericconstructors [label="Primitive-recursive direct formula constructors\n原始递归直接公式构造器\n\nLean 内核已检查：\n1. verum / falsum / and / or / all / exs 六种构造全为纯 token 函数；\n2. 六个函数全部 primitive recursive；\n3. 每个规范输入逐 token 精确等于真实 typed formula 编码。\n\n审计端点仅依赖 Lean 标准公理；无 sorryAx。\nFoundationCompactNumericFormulaConstructors.lean", fillcolor="#dff2e8", color="#2f6f57", penwidth=2.8];
    numericnegation [label="Primitive-recursive formula-negation token machine\n原始递归公式否定记号机\n\nLean 内核已检查：\n1. 运行状态只有 Nat 与 Nat 列表，不把 typed syntax 当输入；\n2. term 记号逐项原样复制，八种 formula 标签执行真实 De Morgan 对偶；\n3. term / term-list / formula 的完整任务执行语义均已闭合；\n4. step、bounded run 与公开 transform 全部 primitive recursive；\n5. 规范公式前缀精确返回 negated formula tokens + 同一 suffix。\n\n两个最终端点公理画像仅\npropext / Classical.choice / Quot.sound；无 sorryAx。\nFoundationCompactNumericFormulaNegation.lean", fillcolor="#dff2e8", color="#2f6f57", penwidth=2.8];
    numericshift [label="Primitive-recursive formula-shift token machine\n原始递归公式移位记号机\n\nLean 内核已检查：\n1. 运行状态只有 Nat 与 Nat 列表，逐任务消费同一 parser token 流；\n2. bound variable 与全部结构标签原样保留，free variable [1,i] 精确变为 [1,i+1]；\n3. term / term-list / formula 的完整执行语义逐点等于 Rewriting.shift；\n4. step、bounded run 与公开 transform 全部 primitive recursive；\n5. 规范公式前缀精确返回 shifted formula tokens + 同一 suffix。\n\n最终端点公理画像仅\npropext / Classical.choice / Quot.sound；无 sorryAx。\nFoundationCompactNumericFormulaShift.lean", fillcolor="#dff2e8", color="#2f6f57", penwidth=2.8];
    numericfree [label="Primitive-recursive formula-free token machine\n原始递归公式自由化记号机\n\nLean 内核已检查：\n1. source arity n+1 精确降到 target arity n，任务栈携带量词下真实当前元数；\n2. 最后 bound variable 变为 &0，较早 bound variable 保持，旧 free variable 取后继；\n3. 仅消费长度为 2 的真实变量头，空消费、失败路径及函数头均不会误触发；\n4. term / term-list / formula 沿元数等式的完整语义逐点等于 Rewriting.free；\n5. step、bounded run、公开 transform 均 primitive recursive，规范输入保留同一 suffix。\n\n最终端点公理画像仅\npropext / Classical.choice / Quot.sound；无 sorryAx。\nFoundationCompactNumericFormulaFree.lean", fillcolor="#dff2e8", color="#2f6f57", penwidth=2.8];
    numericsubstitution [label="Primitive-recursive one-variable substitution token machine\n原始递归单变量代入记号机\n\nLean 内核已检查：\n1. 运行状态只有 Nat 与 Nat 列表，见证项以固定 token 输入进入迭代；\n2. 任务栈精确跟踪量词下 source arity 1+d；\n3. 最后 bound variable 替换为完整闭见证 token，其余变量与结构头原样保留；\n4. term / term-list / formula 完整执行语义逐 token 等于 ((Rew.subst ![w]).qpow d)；\n5. step、bounded run、公开 transform 均 primitive recursive，规范公式前缀保留同一 suffix。\n\n最终端点公理画像仅\npropext / Classical.choice / Quot.sound；无 sorryAx。\nFoundationCompactNumericFormulaSubstitution.lean", fillcolor="#dff2e8", color="#2f6f57", penwidth=2.8];
    numericfixitr [label="Primitive-recursive formula-fixitr token machine\n原始递归变量捕获记号机\n\nLean 内核已检查：\n1. 运行状态只有 Nat 与 Nat 列表，任意 base arity n、capture count m 与量词深度 d 均覆盖；\n2. bound variable 保持不变；free i<m 精确变为 bound n+d+i；其余 free i 变为 free (i-m)；\n3. term / term-list / formula 完整执行语义逐 token 等于 ((Rew.fixitr n m).qpow d)；\n4. step、bounded run 与公开 transform 全部 primitive recursive；\n5. 规范公式前缀返回同一 typed fixitr 结果并保留同一 suffix。\n\n十个审计端点公理画像至多为\npropext / Classical.choice / Quot.sound；无 sorryAx、无项目公设。\nFoundationCompactNumericFormulaFixitr.lean", fillcolor="#dff2e8", color="#2f6f57", penwidth=2.8];
    numericsuccind [label="Primitive-recursive succInd(body) token construction\n原始递归后继归纳公式记号构造\n\nLean 内核已检查：\n1. 每个 shift / substitution / fixitr / negation 子变换必须完整消费输入公式，禁止忽略畸形尾部；\n2. 零、开放零、开放后继三类见证均为固定纯数值 token；\n3. 四条代入执行、三次否定、三个析取与两个全称量词均在同一 Option 失败语义中组合；\n4. 整个函数输入/输出只有 Nat 与 List Nat，且已证 primitive recursive；\n5. 任意规范 body 的最终结果逐 token 精确等于原定义 succInd(body)。\n\n关键端点公理画像仅\npropext / Classical.choice / Quot.sound；无 sorryAx、无项目公设。\nFoundationCompactNumericSuccIndSentence.lean", fillcolor="#dff2e8", color="#2f6f57", penwidth=2.8];
    numericfvsup [label="Primitive-recursive formula fvSup computation\n原始递归公式自由变量上确界计算\n\nLean 内核已检查：\n1. 复用同一数值语法任务栈，只在真正 term 位置识别 free-variable token；\n2. relation 标签、函数头、bound variable 与普通数字均不会误计；\n3. 单遍输出逐点等于 formula.fvarList，并保留同一未消费 suffix；\n4. listFvSup 的 max(index+1) fold 已独立证明 primitive recursive；\n5. 公开端点对任意规范公式精确返回 (formula.fvSup, suffix)。\n\n关键端点公理画像仅\npropext / Classical.choice / Quot.sound；无 sorryAx、无项目公设。\nFoundationCompactNumericFormulaFvSup.lean", fillcolor="#dff2e8", color="#2f6f57", penwidth=2.8];
    numericallclosure [label="Primitive-recursive iterated universal closure\n原始递归迭代全称闭包\n\nLean 内核已检查：\n1. 每一步真实前置一个 universal token 6，不把整段闭包当作单位成本；\n2. depth 次迭代的输入/输出只有 Nat 与 List Nat；\n3. step 与 nat-iterate 整体均已证明 primitive recursive；\n4. 对任意 arity=depth 的规范公式，结果逐 token 精确等于 ∀⁰* formula。\n\n边界：本节点本身不宣称按二进制 depth 多项式时间；\n必须由黄色节点先证明 depth <= candidate bit length。\n公理画像仅 Lean 标准公理；无 sorryAx、无项目公设。\nFoundationCompactNumericAllClosure.lean", fillcolor="#dff2e8", color="#2f6f57", penwidth=2.8];
    numerictokenbitlength [label="Primitive-recursive exact token bit length\n原始递归精确 token 位长\n\nLean 内核已检查：\n1. 每个 Nat token 用公开 binaryNatCode 重新编码；\n2. 任意 token 列表的总二进制位长函数已证 primitive recursive；\n3. 项与公式的规范 token 流重新编码后逐位等于原 binary code；\n4. 因而规范候选公式的 token 位长精确等于公开 formulaCode 位长。\n\n这关闭了把 token 数误当位长的坐标风险；\n公理画像仅 Lean 标准公理，无 sorryAx、无项目公设。\nFoundationCompactNumericTokenBitLength.lean", fillcolor="#dff2e8", color="#2f6f57", penwidth=2.8];
    numericguardedinduction [label="Primitive-recursive guarded induction comparator\n原始递归带守卫归纳句比较器\n\nLean 内核已检查：\n1. 先纯数值构造 succInd(body) 并精确计算 fvSup；\n2. 仅当 fvSup <= candidate formulaCode bit length 才执行 fixitr/allClosure；\n3. 生成句逐 token 等于标签 22 的真实 PA 归纳证书句；\n4. 对每个规范 body/candidate，布尔结果为 true iff 两个句子相等；\n5. 守卫拒绝分支由 typed guard completeness 排除漏接；\n6. 构造器、守卫及比较器均已证 primitive recursive。\n\n公理画像仅 propext / Classical.choice / Quot.sound；\n无隐藏长度参数、无 sorryAx、无项目公设。\nFoundationCompactNumericGuardedInductionSentence.lean", fillcolor="#dff2e8", color="#2f6f57", penwidth=2.8];
    numericfixedaxioms [label="Primitive-recursive fixed PA-axiom sentence table\n原始递归固定 PA 公理句表\n\nLean 内核已检查：\n1. 证书标签 0..21 的 22 个非归纳分支全覆盖；\n2. 20 个无参数公理直接返回规范句 token 常量；\n3. 函数外延按 4 个合法 (arity,code) 分派，关系外延按 2 个合法对分派；\n4. 输入/输出只有 Nat、Nat×Nat 和 List Nat，整个查表函数 primitive recursive；\n5. 每个规范固定证书逐 token 精确等于 certificate.sentence。\n\n五个审计端点公理画像仅\npropext / Classical.choice / Quot.sound；无 sorryAx。\nFoundationCompactNumericFixedPAAxiomSentence.lean", fillcolor="#dff2e8", color="#2f6f57", penwidth=2.8];
    numericallaxioms [label="Primitive-recursive all-23-tag PA-axiom comparator\n原始递归全部 23 标签 PA 公理比较器\n\nLean 内核已检查：\n1. 证书 parser 必须精确消费到空 suffix，禁止多余垃圾尾部；\n2. 标签 0..21 进入固定表，标签 22 进入带守卫归纳比较器；\n3. 非法函数/关系码、畸形归纳体和未知标签均拒绝；\n4. 任意证书 token 对规范候选句返回 true iff 存在真实 PA 公理证书，\n   输入恰为其完整 token 且 certificate.sentence = candidate；\n5. 完整比较器已证 primitive recursive。\n\n公理画像仅 propext / Classical.choice / Quot.sound；\n无 sorryAx、无项目公设。\nFoundationCompactNumericPAAxiomComparator.lean", fillcolor="#dff2e8", color="#2f6f57", penwidth=2.8];
    numericrules [label="10/10 primitive-recursive listed local rule checks\n十条列表证明局部规则纯数值检查全部闭合\n\nLean 内核已检查：\n1. closed / axm / verum / and / or / all / exs / wk / shift / cut 全覆盖；\n2. 每个输入只有公式 token、序列 token 列表及子节点布尔结果；\n3. free / substitution / negation / sequent shift 均调用真实纯数值变换；\n4. axm 调用同一个全部 23 标签比较器；\n5. 每条函数均 primitive recursive，规范字段上逐点等于\n   listedCertificateValidTrace 对应分支结果；\n6. 子有效性是任务栈返回值，不是外部证明假设。\n\n公理画像仅 propext / Classical.choice / Quot.sound；\n无 sorryAx、无项目公设。\nFoundationCompactNumericListedRuleChecks.lean", fillcolor="#dff2e8", color="#2f6f57", penwidth=2.8];
    numericnodefields [label="Primitive-recursive synchronized node-field parsers\n原始递归证明 / 证书节点字段解析器\n\nLean 内核已检查：\n1. proof 标签 0..9 按真实编码顺序解析父序列、主公式和见证项；\n2. 每个节点只消费立即字段，完整保留后续子证明 token；\n3. structural certificate 的 leaf/axiom/unary/binary 四形状全覆盖；\n4. axiom 节点精确截取完整 PA 公理证书 token；\n5. 两侧 dispatcher 均 primitive recursive；\n6. 对每个真实树/证书及任意 suffix，返回精确字段和同一子流。\n\n公理画像仅 propext / Classical.choice / Quot.sound；\n无 sorryAx、无项目公设。\nFoundationCompactNumericListedNodeFields.lean", fillcolor="#dff2e8", color="#2f6f57", penwidth=2.8];
    numericparser [label="Public local-check numeric graph\n公开局部检查纯数值图\n\nLean 内核已检查：\n1. 有限任务栈同步消费 proof/certificate 两条 token 流并核对节点形状；\n2. 子结论与子布尔结果自底向上送入十条真实局部合并器；\n3. 显式 fuel 覆盖完整规范树，形状错配、耗尽及畸形输入一律拒绝；\n4. 规范树结果逐点等于 listedCertificateValidTrace；\n5. 任意 packed code/formulaCode 上，新纯数值验证器与原公开验证器布尔值逐点相等。\n\n全部运行数据仅为 Nat / Bool / List；完整图已证 primitive recursive。\n定向探针与目标模块构建退出码 0；禁用项扫描为空；\n关键端点公理画像仅 propext / Classical.choice / Quot.sound。\nFoundationCompactNumericListedTaskMachine.lean\nFoundationCompactNumericListedPublicVerifier.lean", fillcolor="#dff2e8", color="#2f6f57", penwidth=2.8];
    localtableau [label="Local initial/step/final task-machine tableau\n任务机局部初态 / 单步 / 终态计算表\n\nLean 内核已检查：\n1. LocalTraceValid 要求行数精确 fuel+1；\n2. 第 0 行严格等于公开 initial state；\n3. 每个 i<fuel 的第 i+1 行严格等于 verifierStep(第 i 行)；\n4. 单步 transition relation、长度和初态关系均为 primitive recursive；\n5. canonical trace 满足局部表；任意合法局部表逐行等于 canonical trace；\n6. 因而 local validity iff canonical bounded run，\n   总局部谓词也是 primitive recursive。\n\n定向 Lean 探针退出码 0；相关端点公理画像仅\npropext / Classical.choice / Quot.sound；无 sorryAx。\nFoundationCompactNumericListedDirectTrace.lean", fillcolor="#dff2e8", color="#2f6f57", penwidth=2.8];
    packedstreamtrace [label="Packed payload + binary-Nat stream local traces\n打包载荷 + 二进制自然数流局部子轨迹\n\nLean 内核已检查：\n1. 见证记录 sentinel peel 后的真实 payload bits；\n2. BinaryNatStreamLocalTraceValid 检查精确行数、初态和每个 stream step；\n3. 规范流轨迹满足局部表，任意合法表恢复同一 bounded run；\n4. 最终状态输出严格等于目标 token list；\n5. 对任意 code/tokens：compactPackedTokenStream code = some tokens\n   iff exists trace, PackedTokenStreamDirectTraceValid；\n6. proof code 与 formula code 的两份子轨迹均已接入总 DirectTraceValid。\n\n新子模块目标构建和总见证探针退出码 0；\n关键端点公理画像仅 propext / Classical.choice / Quot.sound。\nFoundationCompactPackedTokenStreamDirectTrace.lean\nFoundationCompactNumericListedDirectTrace.lean", fillcolor="#dff2e8", color="#2f6f57", penwidth=2.8];
    parseroutertrace [label="Proof/certificate/formula parser outer local traces\n证明 / 证书 / 公式解析器外层局部轨迹\n\nLean 内核已检查：\n1. 三类 parser 共用同一 initial/step/final 局部计算表框架；\n2. 每份轨迹要求精确 fuel+1 行、真实初态及逐行真实 parserStep；\n3. 合法局部表 iff 同一 canonical bounded run；\n4. 对任意 tokens/suffix，三个公开 parser 返回 some suffix\n   iff 存在对应局部轨迹；\n5. proof、certificate、formula 三份轨迹均已接入总 DirectTraceValid；\n6. 三个局部有效性谓词及总公开见证保持 primitive recursive。\n\n新模块目标构建与总见证探针退出码 0；关键端点公理画像仅\npropext / Classical.choice / Quot.sound；无 sorryAx。\nFoundationCompactParserDirectTrace.lean\nFoundationCompactNumericListedDirectTrace.lean\n\n边界：各 parserStep 内部调用的原子字段 / 语法子过程，\n以及 certified parts / formula value 提取仍待继续展开。", fillcolor="#dff2e8", color="#2f6f57", penwidth=2.8];
-     directtrace [label="Direct finite public-verifier trace semantics\n公开验证器直接有限运行轨迹语义\n\nLean 内核已检查：\n1. 公开见证记录 proof/formula token 流、三类 parser 局部轨迹、\n   解析值和完整 task-machine 状态列表；\n2. 两个 packed 输入各携带 payload/token-stream 局部子轨迹；\n3. proof、certificate、formula 外层 parser 均携带绿色局部计算表；\n4. 中央检查直接要求绿色 local task-machine tableau；\n5. 对任意 code/formulaCode：publicVerifier=true\n   iff exists trace, DirectTraceValid(code,formulaCode,trace)；\n6. DirectTraceValid 为 primitive recursive，合法见证反推同一公开验证器接受；\n7. 整个端点不调用 projection/rfind。\n\n定向 Lean 探针退出码 0；关键端点公理画像仅\npropext / Classical.choice / Quot.sound。\nFoundationCompactNumericListedDirectTrace.lean\n\n边界：parserStep/verifierStep 内部的原子字段解析、数值提取和\n局部语法变换仍需展开；显式 Nat 序列化及多项式位长界未闭合。", fillcolor="#dff2e8", color="#2f6f57", penwidth=2.8];
+     parseresultdecomp [label="Exact parse-result wrapper decomposition\n解析结果包装层精确拆解\n\nLean 内核已检查：\n1. certified-parts 成功 iff 同一 proof parser 结果、同一 certificate\n   parser 空后缀、精确 consumed prefix 和显式 root-node 结果；\n2. whole-formula value 成功 iff 同一 formula parser 空后缀，\n   且记录值严格等于原 formula token stream；\n3. 两个 residual relation 均为 primitive recursive；\n4. root-node 结果已成为总公开见证的显式字段；\n5. 两个整包装函数结果等式已从 DirectTraceValid 删除；\n6. publicVerifier=true iff exists DirectTraceValid 保持逐点精确。\n\n新模块目标构建及总见证探针退出码 0；关键端点公理画像仅\npropext / Classical.choice / Quot.sound 或其子集；无 sorryAx。\nFoundationCompactNumericListedParseDecomposition.lean\nFoundationCompactNumericListedDirectTrace.lean\n\n边界：compactListedProofNodeFieldsParser 仍是显式根结果等式；\n其内部 sequent / formula / term value parser 尚待打开。", fillcolor="#dff2e8", color="#2f6f57", penwidth=2.8];
+     directtrace [label="Direct finite public-verifier trace semantics\n公开验证器直接有限运行轨迹语义\n\nLean 内核已检查：\n1. 公开见证记录 proof/formula token 流、三类 parser 局部轨迹、\n   显式 root-node、解析值和完整 task-machine 状态列表；\n2. 两个 packed 输入各携带 payload/token-stream 局部子轨迹；\n3. proof、certificate、formula 外层 parser 均携带绿色局部计算表；\n4. certified-parts / whole-formula 两个包装结果黑箱已删除；\n5. 中央检查直接要求绿色 local task-machine tableau；\n6. 对任意 code/formulaCode：publicVerifier=true\n   iff exists trace, DirectTraceValid(code,formulaCode,trace)；\n7. DirectTraceValid 为 primitive recursive，且不调用 projection/rfind。\n\n定向 Lean 探针退出码 0；关键端点公理画像仅\npropext / Classical.choice / Quot.sound。\nFoundationCompactNumericListedDirectTrace.lean\n\n边界：root-node fields parser 与 verifierStep 内部的原子解析、\n局部语法变换仍需展开；显式 Nat 序列化及多项式位长界未闭合。", fillcolor="#dff2e8", color="#2f6f57", penwidth=2.8];
    resemanticprobe [label="Generic RE/rfind representation audit\n通用递归可枚举 / 最小化搜索表示审计\n\nLean 内核已检查：\n1. P(bound,y) 精确表示存在载荷长度 <= bound 的接受码；\n2. witness relation primitive recursive，P 为 RE predicate；\n3. 固定 Nat.ArithPart1.Code 并保留 Code.eval 求值证明；\n4. 二变量 Sigma-one 公式与有限一致性句的标准模型语义精确；\n5. 二进制数词实例具有线性于输入位长的公式符号数界；\n6. 接受实例在 PA 中定性可证并有真实 Derivation2。\n\n定量审计结论：构造链实际经过\nREPred.projection -> Partrec.projection -> rfindOpt -> Code.rfind；\n其算术公式含“所有更小搜索阶段失败”的 bounded minimality。\n目前没有该前缀证明长度关于载荷位长的多项式界，\n故它只保留为语义审计，不作为 suitable numeration。\n目标构建通过；公理画像仅标准三项。\nFoundationCompactNumericListedProofPredicate.lean", fillcolor="#e9e3f5", color="#76639a", penwidth=2.6];
-     compactformula [label="【主终端当前：Explicitly coded direct CompactProof】\n显式编码的直接紧凑证明算术公式\n\n目标公式：\nP_direct(bound,y) := exists proofCode,\n  payloadLength(proofCode) <= bound and\n  exists trace, DirectVerifierTrace(proofCode,y,trace)。\n\n前置进展：绿色 packedstreamtrace + parseroutertrace +\nlocaltableau + directtrace 已关闭两个公开输入流、三类 parser\n外层迭代、中央逐步运行和存在见证语义。\n\n当前必须由 Lean 内核关闭：\n1. 展开 parserStep/verifierStep 内部的原子字段解析、\n   certified-parts / formula-value 提取和局部语法变换；\n2. 给全部状态、子轨迹和见证构造显式 Nat 编码，证明\n   编码位长与局部核验总量有固定多项式界；\n3. 直接手写二变量 Sigma-one 公式，禁止 projection/rfind；\n4. 标准模型语义逐点 iff 同一 P(bound,y)，\n   否定 falsum 实例精确等于同一有限一致性语义。\n\n当前第一义务：打开 outer parser step 内剩余原子调用，\n消除 certified parts / formula value 的整函数结果黑箱。", fillcolor="#fff0c9", color="#b37a12", penwidth=2.8];
+     compactformula [label="【主终端当前：Explicitly coded direct CompactProof】\n显式编码的直接紧凑证明算术公式\n\n目标公式：\nP_direct(bound,y) := exists proofCode,\n  payloadLength(proofCode) <= bound and\n  exists trace, DirectVerifierTrace(proofCode,y,trace)。\n\n前置进展：绿色 packedstreamtrace + parseroutertrace +\nparseresultdecomp + localtableau + directtrace 已关闭两个公开输入流、\n三类 parser 外层迭代、结果包装层、中央运行及存在见证语义。\n\n当前必须由 Lean 内核关闭：\n1. 打开 compactListedProofNodeFieldsParser 的十标签分派及其\n   sequent / formula / term value parser，并继续展开 verifierStep 原子调用；\n2. 给全部状态、子轨迹和见证构造显式 Nat 编码，证明\n   编码位长与局部核验总量有固定多项式界；\n3. 直接手写二变量 Sigma-one 公式，禁止 projection/rfind；\n4. 标准模型语义逐点 iff 同一 P(bound,y)，\n   否定 falsum 实例精确等于同一有限一致性语义。\n\n当前第一义务：为 root-node fields parser 构造按标签分支的\n可组合局部见证；包装层已删除，不再作为待办。", fillcolor="#fff0c9", color="#b37a12", penwidth=2.8];
    patrace [label="PA proof compiler for the direct trace formula\n直接轨迹公式的 PA 短证明编译器\n\n等待黄色 direct CompactProof 公式闭合后启动：\n给定 proofCode 与合法接受轨迹，构造同一公式实例的真实\nPA Derivation2，并证明公式生成、见证、逐步核验及拼接的\n完整证明载荷长度为输入位长的固定多项式。\n\n禁止逐实例调用 Sigma-one completeness / Classical.choice\n来声称任何长度结论。", fillcolor="#f3f3f3", color="#777777", style="rounded,filled,dashed"];
    suitable [label="suitable numeration（合适枚举）\nbit graph representability（位图可表示性）\npolynomial proof construction（多项式证明构造）", fillcolor="#f3f3f3", color="#777777", style="rounded,filled,dashed"];
    cond0 [label="Pudlak condition (0)（普德拉克条件 0）\nPA 内证明 proof-bound monotonicity（证明长度界单调性）\nP 的较紧/较松 cutoff 可在同一公式中转换", fillcolor="#f3f3f3", color="#777777", style="rounded,filled,dashed"];
    cond1 [label="Pudlak condition (1)（普德拉克条件 1）\nexternal short proof -> internal P(n, code(phi))\n外部短证明以多项式开销内部化为 P 实例", fillcolor="#f3f3f3", color="#777777", style="rounded,filled,dashed"];
    cond2 [label="Pudlak condition (2)（普德拉克条件 2）\nP(n,m) -> P(q1(n), code(P(n,m)))\n证明谓词实例自身的定量内部化", fillcolor="#f3f3f3", color="#777777", style="rounded,filled,dashed"];
    cond3 [label="Pudlak condition (3)（普德拉克条件 3）\nbounded modus ponens composition（有界肯定前件合成）\nP(n,phi) 与 P(n,phi->psi) -> P(q2(n),psi)", fillcolor="#f3f3f3", color="#777777", style="rounded,filled,dashed"];
    mpcompiler [label="Accepted-code bounded modus ponens compiler\n接受码有界肯定前件编译器（外部语义层已闭合）\n\n同一公开列表保持验证器：\naccept(codeImp, A->B) + accept(codeA, A)\n  -> exists codeB, accept(codeB, B)\n完整载荷界：\n|codeB| <= |codeImp| + |codeA| + 240 + 34*S(A,B)\n两份输入 proof tree + certificate 原样复用\n树级、证书级、规范码级及任意接受码端点均已通过\n无隐藏长度参数；无 sorryAx\nFoundationCompactCertifiedModusPonens.lean\n\n注意：这里只关闭外部码合成；\nPA 内部 condition (3) 仍须由 arithmetic trace 内化。", fillcolor="#dff2e8", color="#2f6f57", penwidth=2.8];
    conjcompiler [label="Accepted-code bounded conjunction compiler\n接受码有界合取编译器（外部语义层已闭合）\n\naccept(codeA,A) + accept(codeB,B)\n  -> exists codeAnd, accept(codeAnd,A and B)\n完整载荷界：\n|codeAnd| <= |codeA| + |codeB| + 144 + 11*S(A,B)\n两棵输入树与两份完整证书原样复用\n任意接受码端点及 axiom profile 已通过\n无 sorryAx\nFoundationCompactCertifiedConjunction.lean\n\n注意：固定重言式与原文拼接步骤 (i)-(v)\n以及 PA 内部化仍未闭合。", fillcolor="#dff2e8", color="#2f6f57", penwidth=2.8];
    qdiagonal [label="Quantitative parameterized diagonalization\n定量参数化对角化（同一完整载荷坐标已闭合）\nFoundation parameterized_diagonal₁：固定 P 的全称证明为常数\n真实 Derivation2 实例化：cut + wk + exs + closed\n显式结构证书：binary(unary(baseCert), unary(leaf))\n公开列表保持验证器接受完整 proof+certificate 打包码\n短二进制数码项：2*previous+bit\n码长 O(Nat.size m)，标准模型值严格为 m\n最终完整载荷界：baseProof+baseCert+192\n + 2048*(formulaConstant+stepConstant*|m|+1)^3\n同一公式实例的精确最短载荷也不超过该界\n具体 CompactProof 谓词仍由灰色算术化节点提供\nFoundationCompactDerivationSpecialization.lean\nFoundationCompactCertifiedDerivationSpecialization.lean\nFoundationCompactBinaryNumeralTerm.lean\nFoundationCompactParameterizedDiagonalSpecialization.lean\n端点无 sorryAx", fillcolor="#dff2e8", color="#2f6f57", penwidth=2.8];
    proofassembly [label="Bounded proof-calculus assembly (i)-(v)\n有界证明演算拼接（原文步骤 i-v）\n固定命题重言式 + (0)-(3) + MP/conjunction composition\n逐步得到 not P(q5(m), bottom) -> D(m)\n每次拼接与公式实例化均须显式多项式长度", fillcolor="#f3f3f3", color="#777777", style="rounded,filled,dashed"];
    paconsistency [label="PA consistency in the standard model\nPA 在标准模型中的一致性\naccepted falsum proof -> real Derivation2 -> contradiction\n项目已有 noListedCertifiedPAProofOfFalsum；无 sorryAx", fillcolor="#dff2e8", color="#2f6f57", penwidth=2.4];
    exponentextract [label="Consistency contradiction + exponent extraction\n一致性反证 + 指数提取\n短 D(m) 证明与一致性冲突\nq5(m) 的多项式重标定 -> 存在 epsilon > 0\n推出 Con_A(n) 无 n^epsilon 长度证明", fillcolor="#f3f3f3", color="#777777", style="rounded,filled,dashed"];
    diagonal [label="Pudlak 1986 Theorem 3.1\n普德拉克 1986 定理 3.1\ndiagonal proof-length lower bound\n对角证明长度下界", fillcolor="#f3f3f3", color="#777777", style="rounded,filled,dashed", penwidth=2.0];
    internalnote [shape=note, label="关键注释：外部运行时间界不能自动变成 PA 内部短证明。\n必须构造 accepted computation trace（接受计算轨迹），\n并在同一算术编码中逐步验证。", fillcolor="#e8f1f8", color="#4e7892"];

    predicate -> resemanticprobe [label="exact standard-model relation\n精确标准模型关系"];
    minmeasure -> resemanticprobe [label="same honest payload length\n同一诚实载荷长度"];
    canonicalnormalize -> resemanticprobe [style=dotted, label="normalization audit only\n仅作规范化审计"];
    predicate -> listedconmeta [label="same accepted-code relation\n同一接受码关系"];
    minmeasure -> listedconmeta [label="same payload coordinate\n同一载荷坐标"];
    listedconmeta -> resemanticprobe [label="generic semantic representation\n通用定性语义表示"];
    canonicalnormalize -> listedconmeta [label="pointwise same-cutoff equivalence\n逐点同截断值等价"];
    polytime -> arithinput [label="same packed inputs and bit-cost coordinate\n同一打包输入与位成本坐标"];
    arithinput -> tokenstream [label="primitive-recursive payload and Nat-prefix base\n原始递归载荷与自然数前缀基础"];
    tokenstream -> bitsync [label="exact arbitrary-input stream semantics\n任意输入流精确语义"];
    tokenstream -> syntaxparser [label="bounded exact tokenization\n有界精确记号化"];
    bitsync -> syntaxbitsync [label="exact bit suffix invariant\n精确位后缀不变量"];
    syntaxparser -> syntaxbitsync [label="same term/formula token grammar\n同一项/公式 token 文法"];
    syntaxparser -> syntaxinversion [label="backward typed realization invariant\n反向类型化实现不变量"];
    syntaxinversion -> numericvalues [label="arbitrary syntax success is canonical\n任意语法成功均为真实规范前缀"];
    syntaxinversion -> closedformula [label="typed prefix recovery + no-fvar invariant\n类型化前缀恢复 + 无自由变量不变量"];
    closedformula -> proofparser [label="axm sentence task\n公理叶闭句任务"];
    syntaxparser -> proofparser [label="checked syntax-task machine\n已检查语法任务机"];
    syntaxparser -> certparser [label="induction-body formula parser\n归纳公理体公式解析"];
    syntaxinversion -> proofinversion [label="term / formula arbitrary inversion\n项 / 公式任意反演"];
    proofparser -> proofinversion [label="ten-rule numeric state machine\n十规则纯数值状态机"];
    closedformula -> proofinversion [label="real sentence recovery\n真实闭句恢复"];
    proofinversion -> numericnodefields [label="arbitrary proof success is canonical\n任意证明成功均为真实规范前缀"];
    syntaxinversion -> certinversion [label="induction-formula arbitrary inversion\n归纳公式任意反演"];
    certparser -> certinversion [label="23+4 certificate numeric machines\n23+4 类证书纯数值机"];
    certinversion -> numericnodefields [label="arbitrary certificate success is canonical\n任意证书成功均为真实规范前缀"];
    syntaxbitsync -> numericparser [label="term/formula typed-bit equivalence closed\n项/公式类型化位级等价已闭合"];
    bitsync -> proofbitsync [label="same exact bit suffix\n同一精确位后缀"];
    syntaxbitsync -> proofbitsync [label="typed sequent/term/formula components\n类型化序列/项/公式部件"];
    proofparser -> proofbitsync [label="same ten-rule token grammar\n同一十规则 token 文法"];
    bitsync -> certbitsync [label="same exact bit suffix\n同一精确位后缀"];
    syntaxbitsync -> certbitsync [label="induction-body formula synchronization\n归纳公式体同步"];
    certparser -> certbitsync [label="same 23+4 token grammar\n同一 23+4 类 token 文法"];
    proofbitsync -> numericparser [label="typed proof bit equivalence closed\n证明树类型化位级等价已闭合"];
    certbitsync -> numericparser [label="typed certificate bit equivalence closed\n证书类型化位级等价已闭合"];
    arithinput -> packedtokensync [label="same sentinel-packed inputs\n同一哨兵位打包输入"];
    tokenstream -> packedtokensync [label="primitive-recursive full tokenization\n原始递归完整 token 化"];
    proofbitsync -> packedtokensync [label="proof segment equivalence\n证明段等价"];
    certbitsync -> packedtokensync [label="certificate segment equivalence\n证书段等价"];
    packedtokensync -> numericvalues [label="same public token streams\n同一公开 token 流"];
    numericvalues -> numericchecks [label="exact numeric syntax values\n精确数值语法值"];
    numericvalues -> numericnodefields [label="sequent / formula / term immediate fields\n序列 / 公式 / 项立即字段"];
    numericchecks -> numericrules [label="same local list decisions\n同一局部列表判定"];
    numericvalues -> numericconstructors [label="canonical token values\n规范 token 值"];
    numericconstructors -> numericrules [label="six direct formula constructors\n六种直接公式构造"];
    numericvalues -> numericnegation [label="same parser task semantics\n同一解析任务语义"];
    numericnegation -> numericrules [label="exact De Morgan token transform\n精确 De Morgan 记号变换"];
    numericvalues -> numericshift [label="same parser task semantics\n同一解析任务语义"];
    numericshift -> numericrules [label="exact free-index successor transform\n精确自由变量后继变换"];
    numericvalues -> numericfree [label="same parser task and binder arity\n同一解析任务与绑定元数"];
    numericfree -> numericrules [label="exact arity-lowering free transform\n精确降元自由化变换"];
    numericvalues -> numericsubstitution [label="same parser task and witness tokens\n同一解析任务与见证记号"];
    numericsubstitution -> numericrules [label="exact qpow substitution transform\n精确量词下代入变换"];
    numericvalues -> numericfixitr [label="same parser task and binder arity\n同一解析任务与绑定元数"];
    numericfixitr -> numericparser [label="exact qpow fixitr transform\n精确量词下变量捕获变换"];
    numericconstructors -> numericsuccind [label="or / all token constructors\n析取 / 全称量词记号构造"];
    numericnegation -> numericsuccind [label="three exact negations\n三次精确否定"];
    numericshift -> numericsuccind [label="open-substitution namespace shift\n开放代入命名空间移位"];
    numericsubstitution -> numericsuccind [label="four exact substitution executions\n四条精确代入执行"];
    numericfixitr -> numericsuccind [label="capture open witnesses\n捕获开放见证"];
    numericsuccind -> numericguardedinduction [label="exact succInd(body) tokens\n精确后继归纳公式记号"];
    numericvalues -> numericfvsup [label="same checked syntax-task stack\n同一已检查语法任务栈"];
    numericsuccind -> numericfvsup [label="compute closure depth of succInd(body)\n计算归纳公式闭包深度"];
    numericfvsup -> numericguardedinduction [label="exact formula.fvSup value\n精确公式自由变量上确界"];
    numericfixitr -> numericallclosure [label="capture depth free variables first\n先捕获 depth 个自由变量"];
    numericfvsup -> numericallclosure [label="same exact closure depth\n同一精确闭包深度"];
    numericallclosure -> numericguardedinduction [label="guarded exact all-closure tokens\n带守卫精确全称闭包记号"];
    numericvalues -> numerictokenbitlength [label="candidate canonical token stream\n候选公式规范记号流"];
    numerictokenbitlength -> numericguardedinduction [label="actual candidate formulaCode bit length\n候选公式码真实位长"];
    numericfixitr -> numericguardedinduction [label="capture only after guard\n仅在守卫通过后捕获变量"];
    certbitsync -> numericguardedinduction [label="tag 22 induction body\n标签 22 归纳公式体"];
    numericguardedinduction -> numericallaxioms [label="guarded tag 22 exact result\n带守卫标签 22 精确结果"];
    certbitsync -> numericfixedaxioms [label="same PA-certificate tags and parameters\n同一 PA 证书标签与参数"];
    numericfixedaxioms -> numericallaxioms [label="tags 0..21 exact sentence tokens\n标签 0..21 精确公理句记号"];
    certinversion -> numericallaxioms [label="exact arbitrary certificate-token inversion\n任意证书记号精确反演"];
    numericallaxioms -> numericrules [label="axm branch comparator\n公理叶比较器"];
    numericrules -> numericparser [label="all ten local Boolean combiners closed\n十条局部布尔合并器全部闭合"];
    numericnodefields -> numericparser [label="exact child-stream scheduling inputs\n精确子流调度输入"];
    numericparser -> resemanticprobe [label="exact semantics audit\n精确语义审计"];
    numericparser -> localtableau [label="same bounded verifierStep\n同一有界验证器单步"];
    tokenstream -> packedstreamtrace [label="same bounded binary-Nat stream machine\n同一有界二进制自然数流机器"];
    arithinput -> packedstreamtrace [label="same sentinel payload peel\n同一哨兵位载荷剥离"];
    proofparser -> parseroutertrace [label="same proof parserStep\n同一证明解析单步"];
    certparser -> parseroutertrace [label="same certificate parserStep\n同一证书解析单步"];
    syntaxparser -> parseroutertrace [label="same formula parserStep\n同一公式解析单步"];
+     parseroutertrace -> parseresultdecomp [label="exact parser outputs\n解析输出精确结果"];
+     numericvalues -> parseresultdecomp [label="exact consumed token prefix\n精确已消费 token 前缀"];
+     numericnodefields -> parseresultdecomp [label="explicit root-node result\n显式根节点结果"];
    localtableau -> directtrace [label="public witness uses local validity\n公开见证使用局部有效性"];
    packedstreamtrace -> directtrace [label="two public input subtraces\n两份公开输入子轨迹"];
    parseroutertrace -> directtrace [label="three parser local subtraces\n三份解析器局部子轨迹"];
+     parseresultdecomp -> directtrace [label="wrapper-free explicit parse data\n无包装黑箱的显式解析数据"];
    predicate -> directtrace [label="exact accepted-code equivalence\n接受码关系精确等价"];
    directtrace -> compactformula [label="open nested atomic calls and add explicit coding\n打开嵌套原子调用并显式编码"];
    predicate -> compactformula [label="same accepted-code target\n同一接受码目标"];
    minmeasure -> compactformula [label="same honest payload cutoff\n同一诚实载荷截断"];
    listedconmeta -> compactformula [label="same finite-consistency target\n同一有限一致性目标"];
    resemanticprobe -> compactformula [style=dotted, arrowhead=none, constraint=false, label="semantic specification only; rfind program is not reused\n只保留语义规格；不复用最小化程序"];
    compactformula -> patrace [label="fixed formula and binary numerals\n固定公式与二进制数词"];
    internalnote -> patrace [style=dotted, arrowhead=none, constraint=false];
    patrace -> suitable;
    suitable -> cond0;
    suitable -> cond1;
    suitable -> cond2;
    suitable -> cond3;
    predicate -> mpcompiler [label="same public verifier\n同一公开验证器"];
    canonicalnormalize -> mpcompiler [label="decoded payload never grows\n解码规范化不增长"];
    mpcompiler -> cond3 [style=dotted, label="external compiler closed; PA internal proof remains\n外部编译已闭合；仍需 PA 内部短证明"];
    predicate -> conjcompiler [label="same public verifier\n同一公开验证器"];
    canonicalnormalize -> conjcompiler [label="decoded payload never grows\n解码规范化不增长"];
    conjcompiler -> proofassembly [style=dotted, label="external conjunction primitive closed\n外部合取原语已闭合"];
    compactformula -> qdiagonal [style=dotted, arrowhead=none, constraint=false, label="later instantiate the closed generic compiler at concrete P\n后续把已闭合通用编译器实例化到具体 P"];
    suitable -> qdiagonal [style=dotted, arrowhead=none, constraint=false, label="concrete P conditions belong to later assembly\n具体 P 条件属于后续拼接"];
    transformcode -> qdiagonal [label="formula-instance size bound already checked\n公式实例大小界已检查"];
    cond0 -> proofassembly;
    cond1 -> proofassembly;
    cond2 -> proofassembly;
    cond3 -> proofassembly;
    qdiagonal -> proofassembly;
    proofassembly -> exponentextract;
    paconsistency -> exponentextract;
    exponentextract -> diagonal;
  }

  subgraph cluster_buss {
    label="H. Buss-Pudlak lower bound（布斯-普德拉克下界）";
    color="#9a9a9a";
    style="rounded,dashed";

    family [label="F_n = Con_T((f(n))^c)\n有限一致性公式族\nsame T / proof system / symbol length\n同一理论 / 证明系统 / 符号长度", fillcolor="#f3f3f3", color="#777777", style="rounded,filled,dashed"];
    rescale [label="Buss 1994 Theorem 5\n布斯 1994 第 5 定理\ntime-constructible rescaling\n时间可构造重标定", fillcolor="#f3f3f3", color="#777777", style="rounded,filled,dashed", penwidth=2.0];
    lower [label="minProofLength(F_n) > U(n) eventually\n最短证明长度最终大于 U(n)\nsuper-polynomial lower bound（超多项式下界）", fillcolor="#e9e3f5", color="#76639a", style="rounded,filled,dashed", penwidth=2.0];
    lowernote [shape=note, label="关键注释：文献下界只能用于原文满足条件的\nformula family（公式族）、proof system（证明系统）\n和 symbol length（符号长度）；名字相似不能替代对象恒等。", fillcolor="#e8f1f8", color="#4e7892"];

    compactformula -> family [label="same CompactProof predicate\n同一紧凑证明谓词"];
    minmeasure -> family [label="exact minimum length coordinate\n精确最短长度坐标"];
    diagonal -> rescale [label="power lower-bound seed\n幂下界种子"];
    family -> rescale;
    rescale -> lower [label="explicit time-constructible f\n显式时间可构造函数 f"];
    lowernote -> rescale [style=dotted, arrowhead=none, constraint=false];
  }

  subgraph cluster_collision {
    label="I. Same-object upper bound and collision（同对象上界与碰撞）";
    color="#9a9a9a";
    style="rounded,dashed";

    sondowcert [label="Sondow checked certificates\n索多已检查证书\nassume gamma rational（假设欧拉常数有理）\n本节点只表示证书已检查，不等于同对象上界已完成", fillcolor="#dff2e8", color="#3f7c66"];
    samecompiler [label="Sondow same-object compiler\n索多同对象编译器\ncertificate -> real proof of the same F_n\n证书 -> 同一 F_n 的真实证明", fillcolor="#f3f3f3", color="#777777", style="rounded,filled,dashed"];
    upper [label="minProofLength(F_n) <= U(n)\n最短证明长度不超过多项式 U(n)\npolynomial upper bound（多项式上界）\n等待 same-object compiler（同对象编译器）", fillcolor="#f3f3f3", color="#777777", style="rounded,filled,dashed"];
    collision [label="U(N) < minProofLength(F_N) <= U(N)\n同一 N、同一公式、同一检查器、同一长度的矛盾\ncollision theorem（碰撞定理）", fillcolor="#f8d9d6", color="#a8443d", style="rounded,filled,dashed", penwidth=2.5];
    final [label="not is_rational euler_mascheroni\n欧拉-马歇罗尼常数非有理\n仅在全部上游根定理闭合后成立", fillcolor="#f8d9d6", color="#a8443d", style="rounded,filled,dashed", penwidth=2.5];
    samenote [shape=note, label="关键注释：碰撞必须是同一 N、同一 F_N、\n同一 checker（检查器）和同一 length measure（长度度量）。\n只证明两个抽象接口各自存在不能形成碰撞。", fillcolor="#e8f1f8", color="#4e7892"];

    sondowcert -> samecompiler;
    family -> samecompiler [label="formula identity\n公式恒等"];
    predicate -> samecompiler [label="same checker/length\n同一检查器/长度"];
    minmeasure -> samecompiler [label="same minimum payload measure\n同一最短载荷度量"];
    samecompiler -> upper [label="canonical accepted proof code\n规范且被接受的证明码"];
    upper -> collision [label="same F_N / same length\n同一 F_N / 同一长度"];
    lower -> collision [label="same F_N / same length\n同一 F_N / 同一长度"];
    samenote -> collision [style=dotted, arrowhead=none, constraint=false];
    collision -> final;
  }

  subgraph cluster_audit {
    label="J. Submission-grade audit gates（投稿级审计门）";
    color="#76639a";
    style="rounded";

    axioms [label="#print axioms audit（公理画像审计）\n已完成节点仅依赖：\npropext（命题外延）\nClassical.choice（经典选择）\nQuot.sound（商类型可靠性）", fillcolor="#e9e3f5", color="#76639a"];
    forbidden [label="Forbidden project assumptions（禁止项目级假设）\nno tail_gap（无尾部间隙参数）\nno upper_provider（无上界提供者参数）\nno project proof_length（无项目证明长度公设）\nno sorryAx（无未完成证明公设）", fillcolor="#e9e3f5", color="#76639a"];
    gate [label="Final dependency audit（最终依赖审计）\nsame formula / parameter / checker / measure\n同一公式 / 参数 / 检查器 / 度量", fillcolor="#e9e3f5", color="#76639a", penwidth=2.0];

    totalcanonical -> axioms [style=dotted];
    publiciff -> axioms [style=dotted];
    completeness -> axioms [style=dotted];
    nattrace -> axioms [style=dotted];
    polytime -> forbidden [style=dashed];
    diagonal -> forbidden [style=dashed];
    samecompiler -> forbidden [style=dashed];
    lower -> gate;
    upper -> gate;
    axioms -> gate;
    forbidden -> gate;
    gate -> collision [style=dashed, label="audit pass\n审计通过"];
  }

  subgraph cluster_rejected_routes {
    label="K. Rejected historical routes（经审计弃用的历史路线；不通向主结论）";
    color="#a8443d";
    style="rounded,dashed";

    rawgodel [label="Nat.size(rawProofCode) lower bound\n原始哥德尔证明码位长下界\nunary-numeral encoding artifact（一元数词编码伪影）", fillcolor="#f8d9d6", color="#a8443d", style="rounded,filled,dashed"];
    postfixraw [label="Postfix checker rebuilding rawCode\n重建 rawCode 的后缀检查器\nprimitive recursive != polynomial time\n原始递归不等于多项式时间", fillcolor="#f8d9d6", color="#a8443d", style="rounded,filled,dashed"];
    abstractgap [label="tail_gap / computable_gap input\n尾部间隙 / 可计算间隙输入\nassumes the lower bound（预设下界）", fillcolor="#f8d9d6", color="#a8443d", style="rounded,filled,dashed"];
    abstractupper [label="upper_provider input\n上界提供者输入\nassumes the Sondow bridge（预设索多桥）", fillcolor="#f8d9d6", color="#a8443d", style="rounded,filled,dashed"];
    unsimulated [label="Unproved Hilbert-system simulation\n未证明的 Hilbert 系统模拟\nwrong/uncalibrated proof measure\n错误或未校准的证明度量", fillcolor="#f8d9d6", color="#a8443d", style="rounded,filled,dashed"];
    graft [label="strengthened_to_partial / transfer_to_graft\n加强到部分 / 嫁接转移接口\ninterface packaging without source theorem\n只有接口包装、没有源定理", fillcolor="#f8d9d6", color="#a8443d", style="rounded,filled,dashed"];
    rejectednote [shape=note, label="弃用判据：编码伪影、循环输入、对象错位，\n或只给接口而没有根定理。\n本区域没有任何边连接最终碰撞定理。", fillcolor="#fff1f0", color="#a8443d"];

    rawgodel -> postfixraw [style=dotted, color="#a8443d"];
    abstractgap -> graft [style=dotted, color="#a8443d"];
    abstractupper -> graft [style=dotted, color="#a8443d"];
    unsimulated -> graft [style=dotted, color="#a8443d"];
    rejectednote -> graft [style=dotted, arrowhead=none, color="#a8443d"];
  }
}
